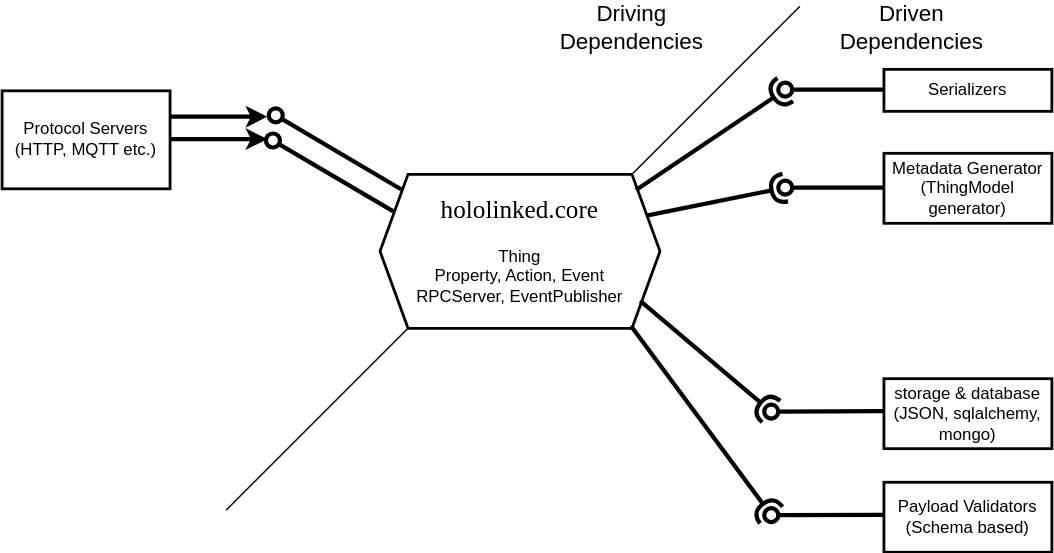
Above: docs/assets/hexagonal-architecture.drawio.svg in hololinked-dev/docs (draw.io), before the change. Source tidied: cells renumbered, new cells last; positions are measured from the earlier drawing's top-left corner, leaving out a move shared by most shapes.
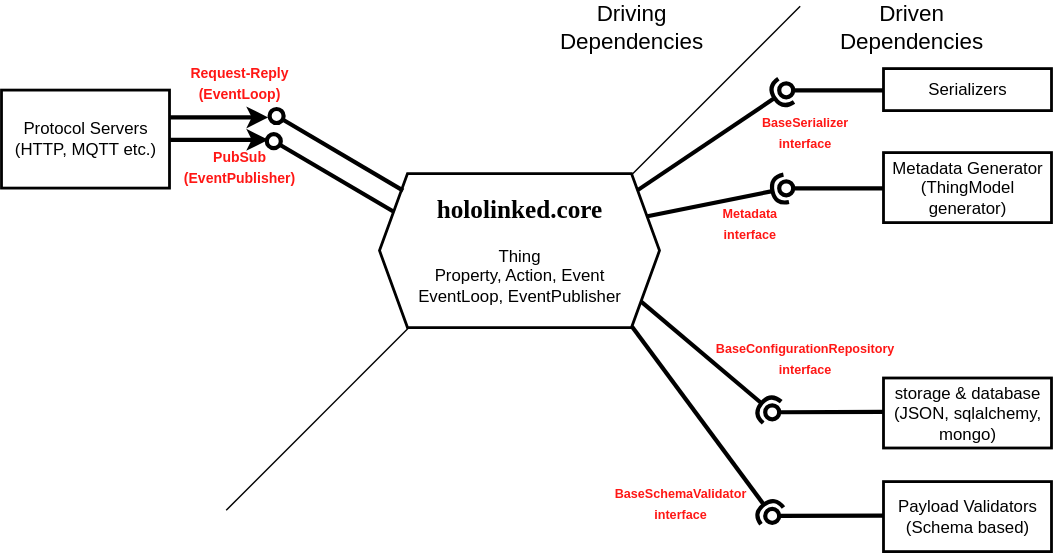
Above is the later version.

Diff of the diagram source:
```diff
@@ -2,7 +2,7 @@
   <root>
     <mxCell id="0" />
     <mxCell id="1" parent="0" />
-    <mxCell id="2" value="&lt;font style=&quot;font-size: 18px;&quot; face=&quot;Lucida Console&quot;&gt;hololinked.core&lt;/font&gt;&lt;div&gt;&lt;br&gt;&lt;div&gt;Thing&lt;/div&gt;&lt;div&gt;Property, Action, Event&lt;/div&gt;&lt;div&gt;&lt;span style=&quot;background-color: transparent; color: light-dark(rgb(0, 0, 0), rgb(255, 255, 255));&quot;&gt;RPCServer, EventPublisher&lt;/span&gt;&lt;/div&gt;&lt;/div&gt;" style="shape=hexagon;perimeter=hexagonPerimeter2;whiteSpace=wrap;html=1;fixedSize=1;strokeWidth=2;" parent="1" vertex="1">
+    <mxCell id="2" value="&lt;font style=&quot;font-size: 18px;&quot; face=&quot;Lucida Console&quot;&gt;&lt;b&gt;hololinked.core&lt;/b&gt;&lt;/font&gt;&lt;div&gt;&lt;br&gt;&lt;div&gt;Thing&lt;/div&gt;&lt;div&gt;Property, Action, Event&lt;/div&gt;&lt;div&gt;&lt;span style=&quot;background-color: transparent; color: light-dark(rgb(0, 0, 0), rgb(255, 255, 255));&quot;&gt;EventLoop, EventPublisher&lt;/span&gt;&lt;/div&gt;&lt;/div&gt;" style="shape=hexagon;perimeter=hexagonPerimeter2;whiteSpace=wrap;html=1;fixedSize=1;strokeWidth=2;" parent="1" vertex="1">
       <mxGeometry x="270" y="120" width="200" height="110" as="geometry" />
     </mxCell>
     <mxCell id="3" style="endArrow=none;html=1;rounded=0;" parent="1" edge="1">
@@ -106,5 +106,23 @@
     <mxCell id="25" value="Payload Validators&lt;div&gt;(Schema based)&lt;/div&gt;" style="rounded=0;whiteSpace=wrap;html=1;strokeWidth=2;" parent="1" vertex="1">
       <mxGeometry x="630" y="340" width="120" height="50" as="geometry" />
     </mxCell>
+    <mxCell id="26" value="&lt;b&gt;&lt;font style=&quot;color: rgb(255, 23, 21); font-size: 9px;&quot;&gt;BaseSchemaValidator&lt;/font&gt;&lt;/b&gt;&lt;div&gt;&lt;b&gt;&lt;font style=&quot;color: rgb(255, 23, 21); font-size: 9px;&quot;&gt;interface&lt;/font&gt;&lt;/b&gt;&lt;/div&gt;" style="text;html=1;whiteSpace=wrap;strokeColor=none;fillColor=none;align=center;verticalAlign=middle;rounded=0;" parent="1" vertex="1">
+      <mxGeometry x="415" y="340" width="140" height="30" as="geometry" />
+    </mxCell>
+    <mxCell id="27" value="&lt;b&gt;&lt;font style=&quot;color: rgb(255, 23, 21); font-size: 9px;&quot;&gt;BaseConfigurationRepository&lt;/font&gt;&lt;/b&gt;&lt;div&gt;&lt;b&gt;&lt;font style=&quot;color: rgb(255, 23, 21); font-size: 9px;&quot;&gt;interface&lt;/font&gt;&lt;/b&gt;&lt;/div&gt;" style="text;html=1;whiteSpace=wrap;strokeColor=none;fillColor=none;align=center;verticalAlign=middle;rounded=0;" parent="1" vertex="1">
+      <mxGeometry x="504" y="236" width="140" height="30" as="geometry" />
+    </mxCell>
+    <mxCell id="28" value="&lt;b&gt;&lt;font style=&quot;color: rgb(255, 23, 21); font-size: 9px;&quot;&gt;Metadata&lt;/font&gt;&lt;/b&gt;&lt;div&gt;&lt;b&gt;&lt;font style=&quot;color: rgb(255, 23, 21); font-size: 9px;&quot;&gt;interface&lt;/font&gt;&lt;/b&gt;&lt;/div&gt;" style="text;html=1;whiteSpace=wrap;strokeColor=none;fillColor=none;align=center;verticalAlign=middle;rounded=0;" parent="1" vertex="1">
+      <mxGeometry x="504" y="140" width="61" height="30" as="geometry" />
+    </mxCell>
+    <mxCell id="29" value="&lt;font style=&quot;font-size: 9px;&quot;&gt;&lt;font color=&quot;#ff1715&quot;&gt;&lt;b&gt;BaseSerializer&lt;/b&gt;&lt;/font&gt;&lt;br&gt;&lt;/font&gt;&lt;div&gt;&lt;b&gt;&lt;font style=&quot;color: rgb(255, 23, 21); font-size: 9px;&quot;&gt;interface&lt;/font&gt;&lt;/b&gt;&lt;/div&gt;" style="text;html=1;whiteSpace=wrap;strokeColor=none;fillColor=none;align=center;verticalAlign=middle;rounded=0;" parent="1" vertex="1">
+      <mxGeometry x="540" y="75" width="68" height="30" as="geometry" />
+    </mxCell>
+    <mxCell id="30" value="&lt;font color=&quot;#ff1715&quot; size=&quot;1&quot;&gt;&lt;b&gt;Request-Reply (EventLoop)&lt;/b&gt;&lt;/font&gt;" style="text;html=1;whiteSpace=wrap;strokeColor=none;fillColor=none;align=center;verticalAlign=middle;rounded=0;" parent="1" vertex="1">
+      <mxGeometry x="130" y="40" width="80" height="30" as="geometry" />
+    </mxCell>
+    <mxCell id="31" value="&lt;font color=&quot;#ff1715&quot; size=&quot;1&quot;&gt;&lt;b&gt;PubSub&lt;/b&gt;&lt;/font&gt;&lt;div&gt;&lt;font color=&quot;#ff1715&quot; size=&quot;1&quot;&gt;&lt;b&gt;(EventPublisher)&lt;/b&gt;&lt;/font&gt;&lt;/div&gt;" style="text;html=1;whiteSpace=wrap;strokeColor=none;fillColor=none;align=center;verticalAlign=middle;rounded=0;" parent="1" vertex="1">
+      <mxGeometry x="130" y="100.4" width="80" height="30" as="geometry" />
+    </mxCell>
   </root>
 </mxGraphModel>
```
